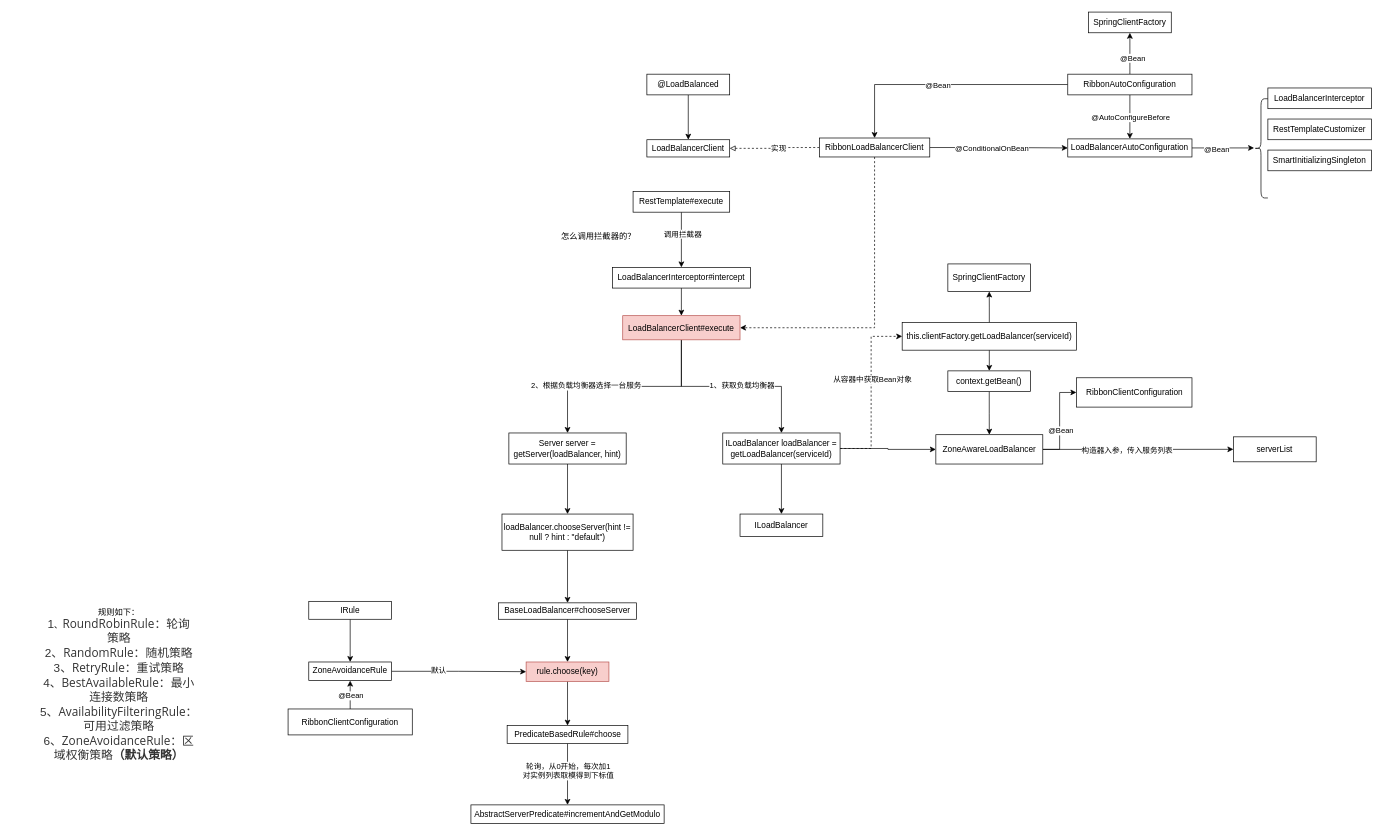
The draw.io diagram Ribbon源码分析.drawio in linbingxing/mind, before the edit. Source tidied: cells renumbered, new cells numbered last; positions are measured from the earlier drawing's top-left corner, leaving out a move shared by most shapes. Both pictures are drawn from the tidied source at 69%, with x=0, y=0 at pixel (12, 12).
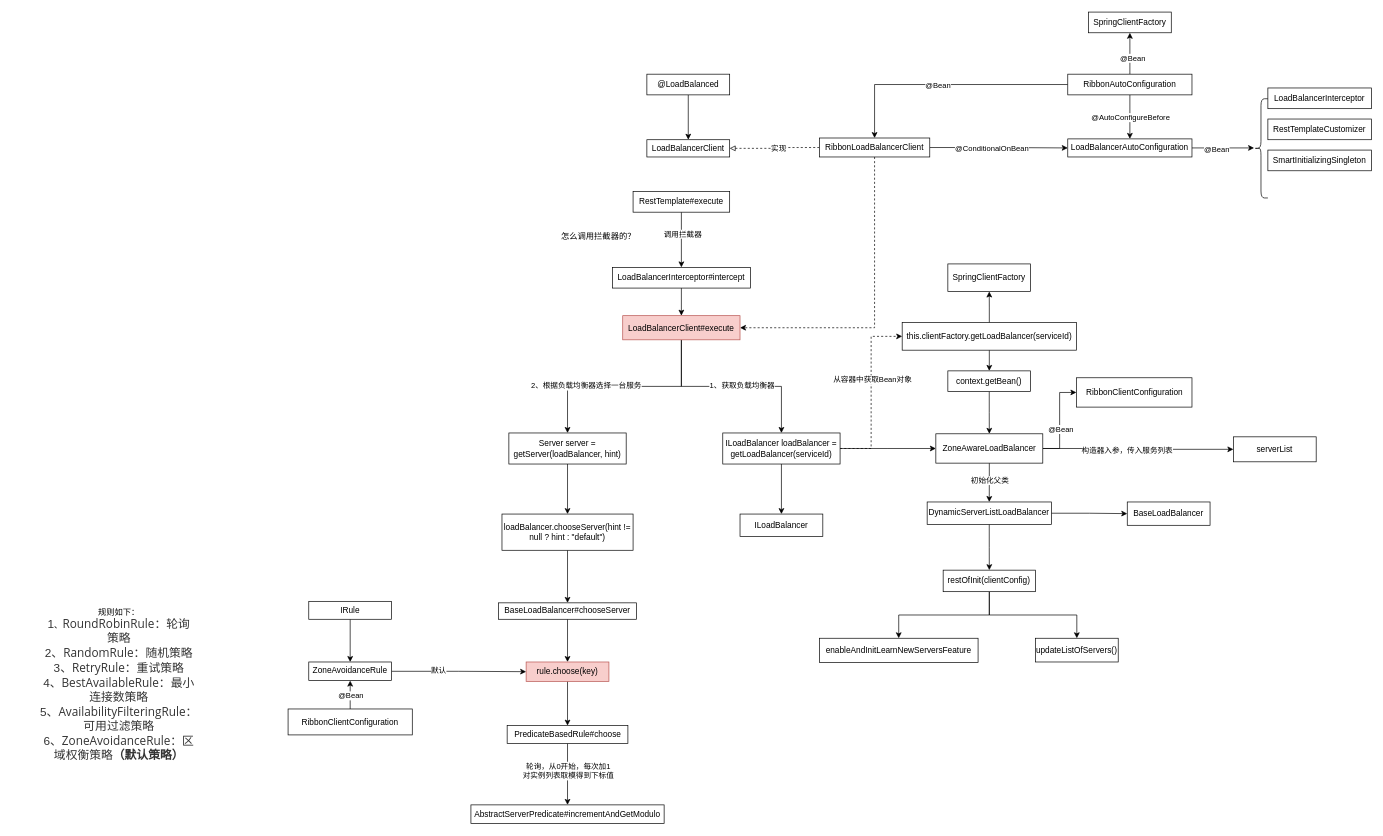
Above is the later version.

Commit message (it also covers changes not shown here):
更新Ribbon源码分析.drawio

Change to the diagram source:
```diff
@@
+    <mxCell id="78" style="edgeStyle=orthogonalEdgeStyle;rounded=0;jettySize=auto;html=1;endArrow=classic;endFill=1;" parent="1" edge="1" source="69" target="82">
+      <mxGeometry relative="1" as="geometry" />
+    </mxCell>
+    <mxCell id="79" value="初始化父类" style="edgeLabel;html=1;align=center;verticalAlign=middle;" parent="78" vertex="1">
+      <mxGeometry x="-0.31" relative="1" as="geometry">
+        <mxPoint y="6" as="offset" />
+      </mxGeometry>
+    </mxCell>
     <mxCell id="69" value="ZoneAwareLoadBalancer" style="whiteSpace=wrap;html=1;rounded=0;" parent="1" vertex="1">
-      <mxGeometry x="1338.8" y="612.5" width="155" height="42.5" as="geometry" />
+      <mxGeometry x="1338.8" y="611.2" width="155" height="42.5" as="geometry" />
     </mxCell>
@@
+    <mxCell id="80" style="edgeStyle=orthogonalEdgeStyle;rounded=0;jettySize=auto;html=1;endArrow=classic;endFill=1;" parent="1" edge="1" source="82" target="83">
+      <mxGeometry relative="1" as="geometry" />
+    </mxCell>
+    <mxCell id="81" style="edgeStyle=orthogonalEdgeStyle;rounded=0;jettySize=auto;html=1;endArrow=classic;endFill=1;" parent="1" edge="1" source="82" target="86">
+      <mxGeometry relative="1" as="geometry" />
+    </mxCell>
+    <mxCell id="82" value="DynamicServerListLoadBalancer" style="whiteSpace=wrap;html=1;rounded=0;" parent="1" vertex="1">
+      <mxGeometry x="1326.2" y="710" width="180" height="32.5" as="geometry" />
+    </mxCell>
+    <mxCell id="83" value="BaseLoadBalancer" style="whiteSpace=wrap;html=1;rounded=0;" parent="1" vertex="1">
+      <mxGeometry x="1616.2" y="710" width="120" height="33.8" as="geometry" />
+    </mxCell>
+    <mxCell id="84" style="edgeStyle=orthogonalEdgeStyle;rounded=0;jettySize=auto;html=1;endArrow=classic;endFill=1;" parent="1" edge="1" source="86" target="87">
+      <mxGeometry relative="1" as="geometry" />
+    </mxCell>
+    <mxCell id="85" style="edgeStyle=orthogonalEdgeStyle;rounded=0;jettySize=auto;html=1;endArrow=classic;endFill=1;" parent="1" edge="1" source="86" target="88">
+      <mxGeometry relative="1" as="geometry" />
+    </mxCell>
+    <mxCell id="86" value="restOfInit(clientConfig)" style="whiteSpace=wrap;html=1;rounded=0;" parent="1" vertex="1">
+      <mxGeometry x="1349.4" y="808.8" width="133.8" height="31.2" as="geometry" />
+    </mxCell>
+    <mxCell id="87" value="updateListOfServers()" style="whiteSpace=wrap;html=1;rounded=0;" parent="1" vertex="1">
+      <mxGeometry x="1483.1" y="907.5" width="120" height="34.4" as="geometry" />
+    </mxCell>
+    <mxCell id="88" value="enableAndInitLearnNewServersFeature" style="whiteSpace=wrap;html=1;rounded=0;" parent="1" vertex="1">
+      <mxGeometry x="1170" y="907.5" width="230" height="35.3" as="geometry" />
+    </mxCell>
```
